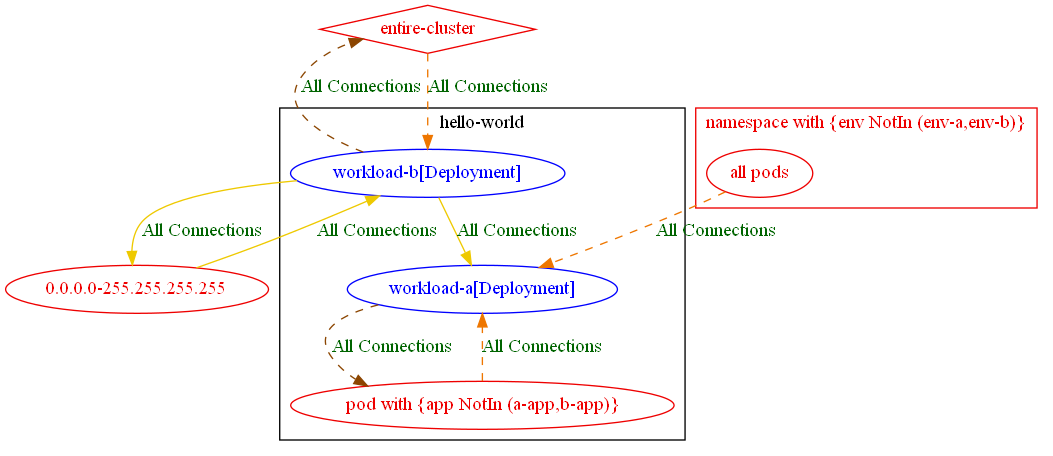
Above: test_outputs/connlist/exposure_test_exposure_with_match_expression_not_in_op_connlist_output.dot.png in np-guard/netpol-analyzer (Graphviz), before the change. Its source is kept beside it as test_outputs/connlist/exposure_test_exposure_with_match_expression_not_in_op_connlist_output.dot.
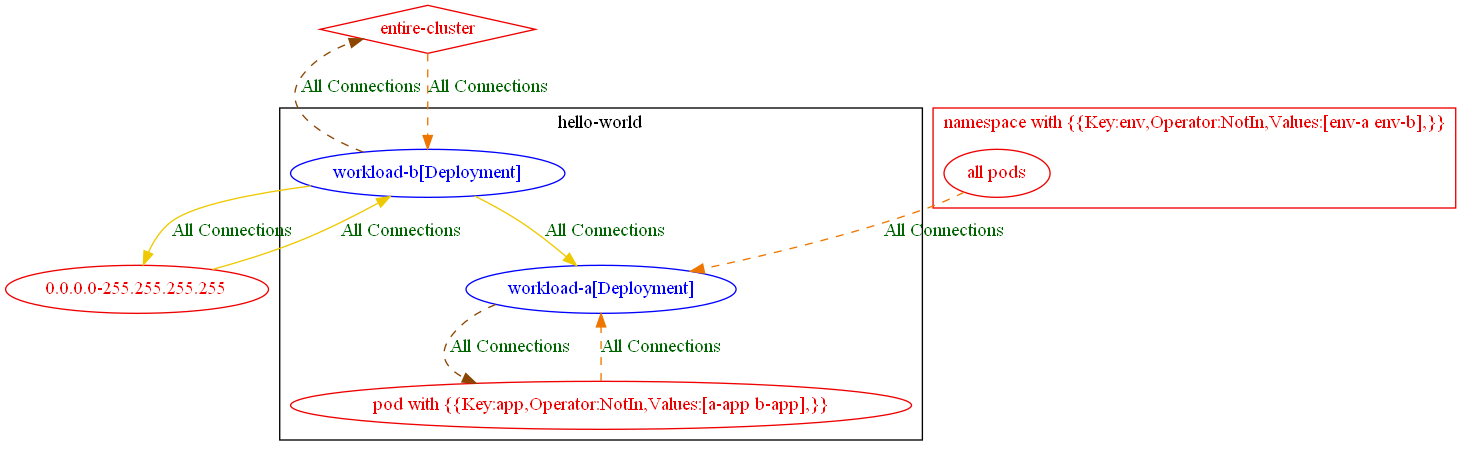
After the commit.

The edit, as a diff of the source:
```diff
@@ -4,23 +4,23 @@
 		fontcolor="black"
 		"hello-world/workload-a[Deployment]" [label="workload-a[Deployment]" color="blue" fontcolor="blue"]
 		"hello-world/workload-b[Deployment]" [label="workload-b[Deployment]" color="blue" fontcolor="blue"]
-		"pod with {app NotIn (a-app,b-app)}_in_hello-world" [label="pod with {app NotIn (a-app,b-app)}" color="red2" fontcolor="red2"]
+		"pod with {{Key:app,Operator:NotIn,Values:[a-app b-app],}}_in_hello-world" [label="pod with {{Key:app,Operator:NotIn,Values:[a-app b-app],}}" color="red2" fontcolor="red2"]
 		label="hello-world"
 	}
-	subgraph "cluster_namespace with {env NotIn (env_a,env_b)}" {
+	subgraph "cluster_namespace with {{Key:env,Operator:NotIn,Values:[env_a env_b],}}" {
 		color="red2"
 		fontcolor="red2"
-		"all pods_in_namespace with {env NotIn (env-a,env-b)}" [label="all pods" color="red2" fontcolor="red2"]
-		label="namespace with {env NotIn (env-a,env-b)}"
+		"all pods_in_namespace with {{Key:env,Operator:NotIn,Values:[env-a env-b],}}" [label="all pods" color="red2" fontcolor="red2"]
+		label="namespace with {{Key:env,Operator:NotIn,Values:[env-a env-b],}}"
 	}
 	"0.0.0.0-255.255.255.255" [label="0.0.0.0-255.255.255.255" color="red2" fontcolor="red2"]
 	"entire-cluster" [label="entire-cluster" color="red2" fontcolor="red2" shape=diamond]
 	"0.0.0.0-255.255.255.255" -> "hello-world/workload-b[Deployment]" [label="All Connections" color="gold2" fontcolor="darkgreen"]
-	"all pods_in_namespace with {env NotIn (env-a,env-b)}" -> "hello-world/workload-a[Deployment]" [label="All Connections" color="darkorange2" fontcolor="darkgreen" weight=1 style=dashed]
+	"all pods_in_namespace with {{Key:env,Operator:NotIn,Values:[env-a env-b],}}" -> "hello-world/workload-a[Deployment]" [label="All Connections" color="darkorange2" fontcolor="darkgreen" weight=1 style=dashed]
 	"entire-cluster" -> "hello-world/workload-b[Deployment]" [label="All Connections" color="darkorange2" fontcolor="darkgreen" weight=1 style=dashed]
-	"hello-world/workload-a[Deployment]" -> "pod with {app NotIn (a-app,b-app)}_in_hello-world" [label="All Connections" color="darkorange4" fontcolor="darkgreen" weight=0.5 style=dashed]
+	"hello-world/workload-a[Deployment]" -> "pod with {{Key:app,Operator:NotIn,Values:[a-app b-app],}}_in_hello-world" [label="All Connections" color="darkorange4" fontcolor="darkgreen" weight=0.5 style=dashed]
 	"hello-world/workload-b[Deployment]" -> "0.0.0.0-255.255.255.255" [label="All Connections" color="gold2" fontcolor="darkgreen"]
 	"hello-world/workload-b[Deployment]" -> "entire-cluster" [label="All Connections" color="darkorange4" fontcolor="darkgreen" weight=0.5 style=dashed]
 	"hello-world/workload-b[Deployment]" -> "hello-world/workload-a[Deployment]" [label="All Connections" color="gold2" fontcolor="darkgreen"]
-	"pod with {app NotIn (a-app,b-app)}_in_hello-world" -> "hello-world/workload-a[Deployment]" [label="All Connections" color="darkorange2" fontcolor="darkgreen" weight=1 style=dashed]
+	"pod with {{Key:app,Operator:NotIn,Values:[a-app b-app],}}_in_hello-world" -> "hello-world/workload-a[Deployment]" [label="All Connections" color="darkorange2" fontcolor="darkgreen" weight=1 style=dashed]
 }
```
